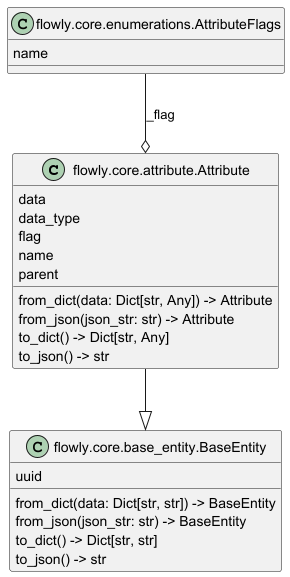
Above: classes.png in j8sr0230/flowly (PlantUML), before the change. The source it was exported from:
```plantuml
@startuml classes
set namespaceSeparator none
class "flowly.core.attribute.Attribute" as flowly.core.attribute.Attribute {
  data
  data_type
  flag
  name
  parent
  from_dict(data: Dict[str, Any]) -> Attribute
  from_json(json_str: str) -> Attribute
  to_dict() -> Dict[str, Any]
  to_json() -> str
}
class "flowly.core.base_entity.BaseEntity" as flowly.core.base_entity.BaseEntity {
  uuid
  from_dict(data: Dict[str, str]) -> BaseEntity
  from_json(json_str: str) -> BaseEntity
  to_dict() -> Dict[str, str]
  to_json() -> str
}
class "flowly.core.enumerations.AttributeFlags" as flowly.core.enumerations.AttributeFlags {
  name
}
flowly.core.attribute.Attribute --|> flowly.core.base_entity.BaseEntity
flowly.core.enumerations.AttributeFlags --o flowly.core.attribute.Attribute : _flag
@enduml
```
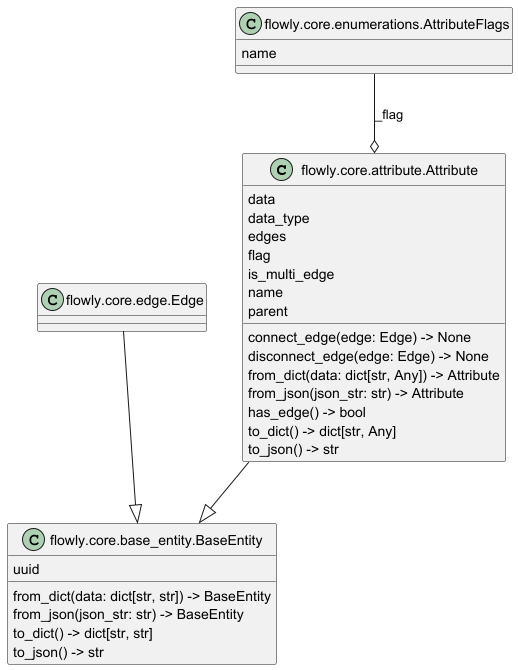
After the change.

What changed in the source:
```diff
@@ -3,24 +3,32 @@
 class "flowly.core.attribute.Attribute" as flowly.core.attribute.Attribute {
   data
   data_type
+  edges
   flag
+  is_multi_edge
   name
   parent
-  from_dict(data: Dict[str, Any]) -> Attribute
+  connect_edge(edge: Edge) -> None
+  disconnect_edge(edge: Edge) -> None
+  from_dict(data: dict[str, Any]) -> Attribute
   from_json(json_str: str) -> Attribute
-  to_dict() -> Dict[str, Any]
+  has_edge() -> bool
+  to_dict() -> dict[str, Any]
   to_json() -> str
 }
 class "flowly.core.base_entity.BaseEntity" as flowly.core.base_entity.BaseEntity {
   uuid
-  from_dict(data: Dict[str, str]) -> BaseEntity
+  from_dict(data: dict[str, str]) -> BaseEntity
   from_json(json_str: str) -> BaseEntity
-  to_dict() -> Dict[str, str]
+  to_dict() -> dict[str, str]
   to_json() -> str
+}
+class "flowly.core.edge.Edge" as flowly.core.edge.Edge {
 }
 class "flowly.core.enumerations.AttributeFlags" as flowly.core.enumerations.AttributeFlags {
   name
 }
 flowly.core.attribute.Attribute --|> flowly.core.base_entity.BaseEntity
+flowly.core.edge.Edge --|> flowly.core.base_entity.BaseEntity
 flowly.core.enumerations.AttributeFlags --o flowly.core.attribute.Attribute : _flag
 @enduml
```
